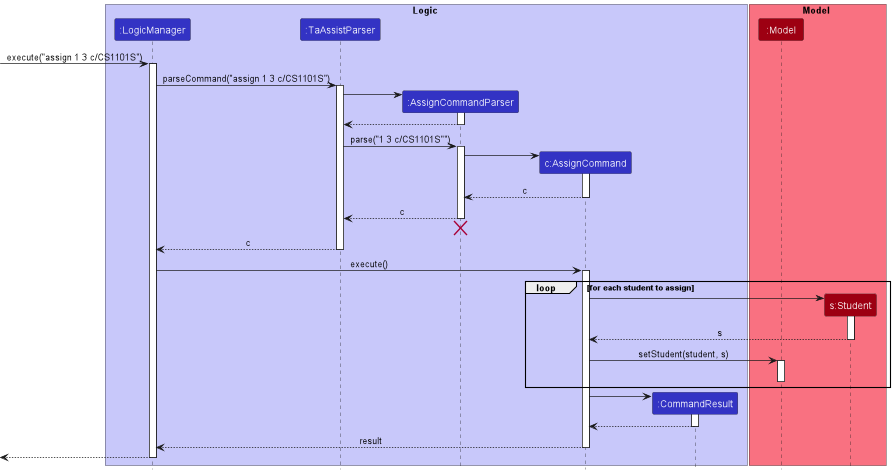
This is docs/images/AssignCommandSequenceDiagram.png from nus-cs2103-AY2223S1/tp, a PlantUML export, as it was before one commit.
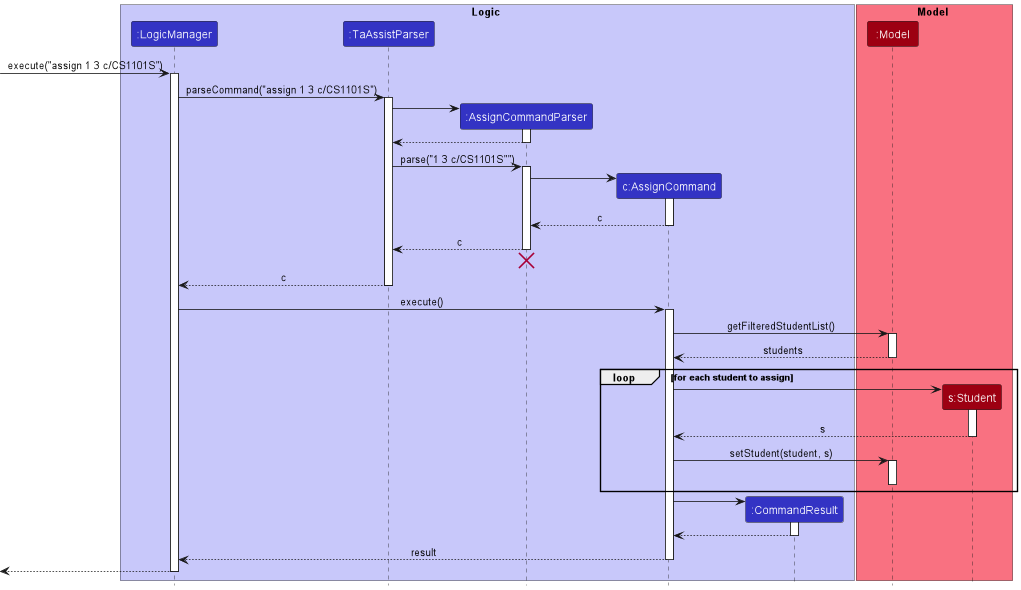
After the commit.

Commit message:
Update Assign command sequence diagram

The edit, as a diff of the source:
```diff
@@ -48,6 +48,11 @@
 LogicManager -> AssignCommand: execute()
 activate AssignCommand
 
+AssignCommand -> Model: getFilteredStudentList()
+activate Model
+Model --> AssignCommand: students
+deactivate Model
+
 loop for each student to assign
     create Student
     AssignCommand -> Student
```
